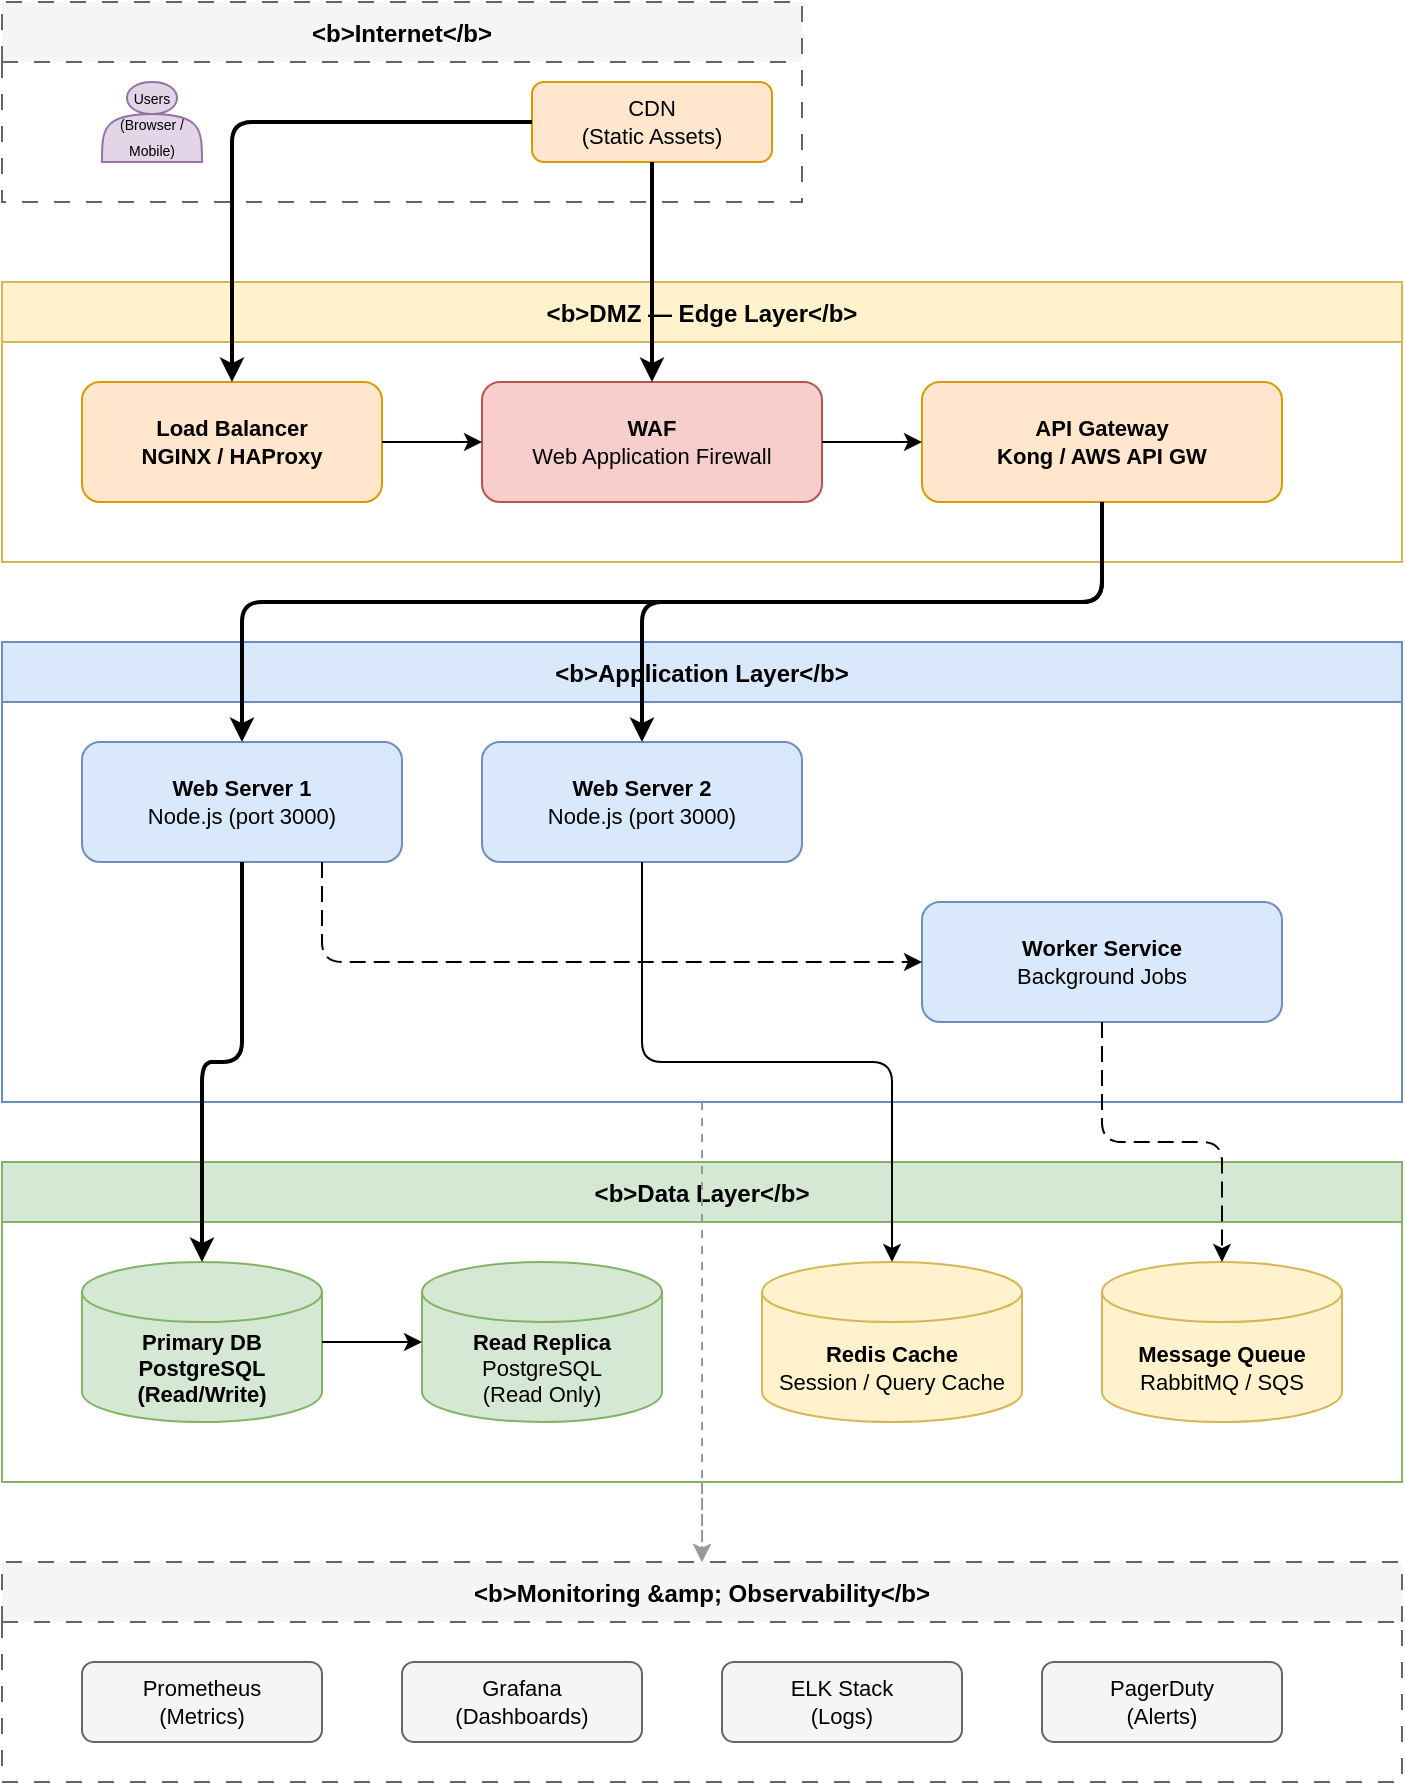
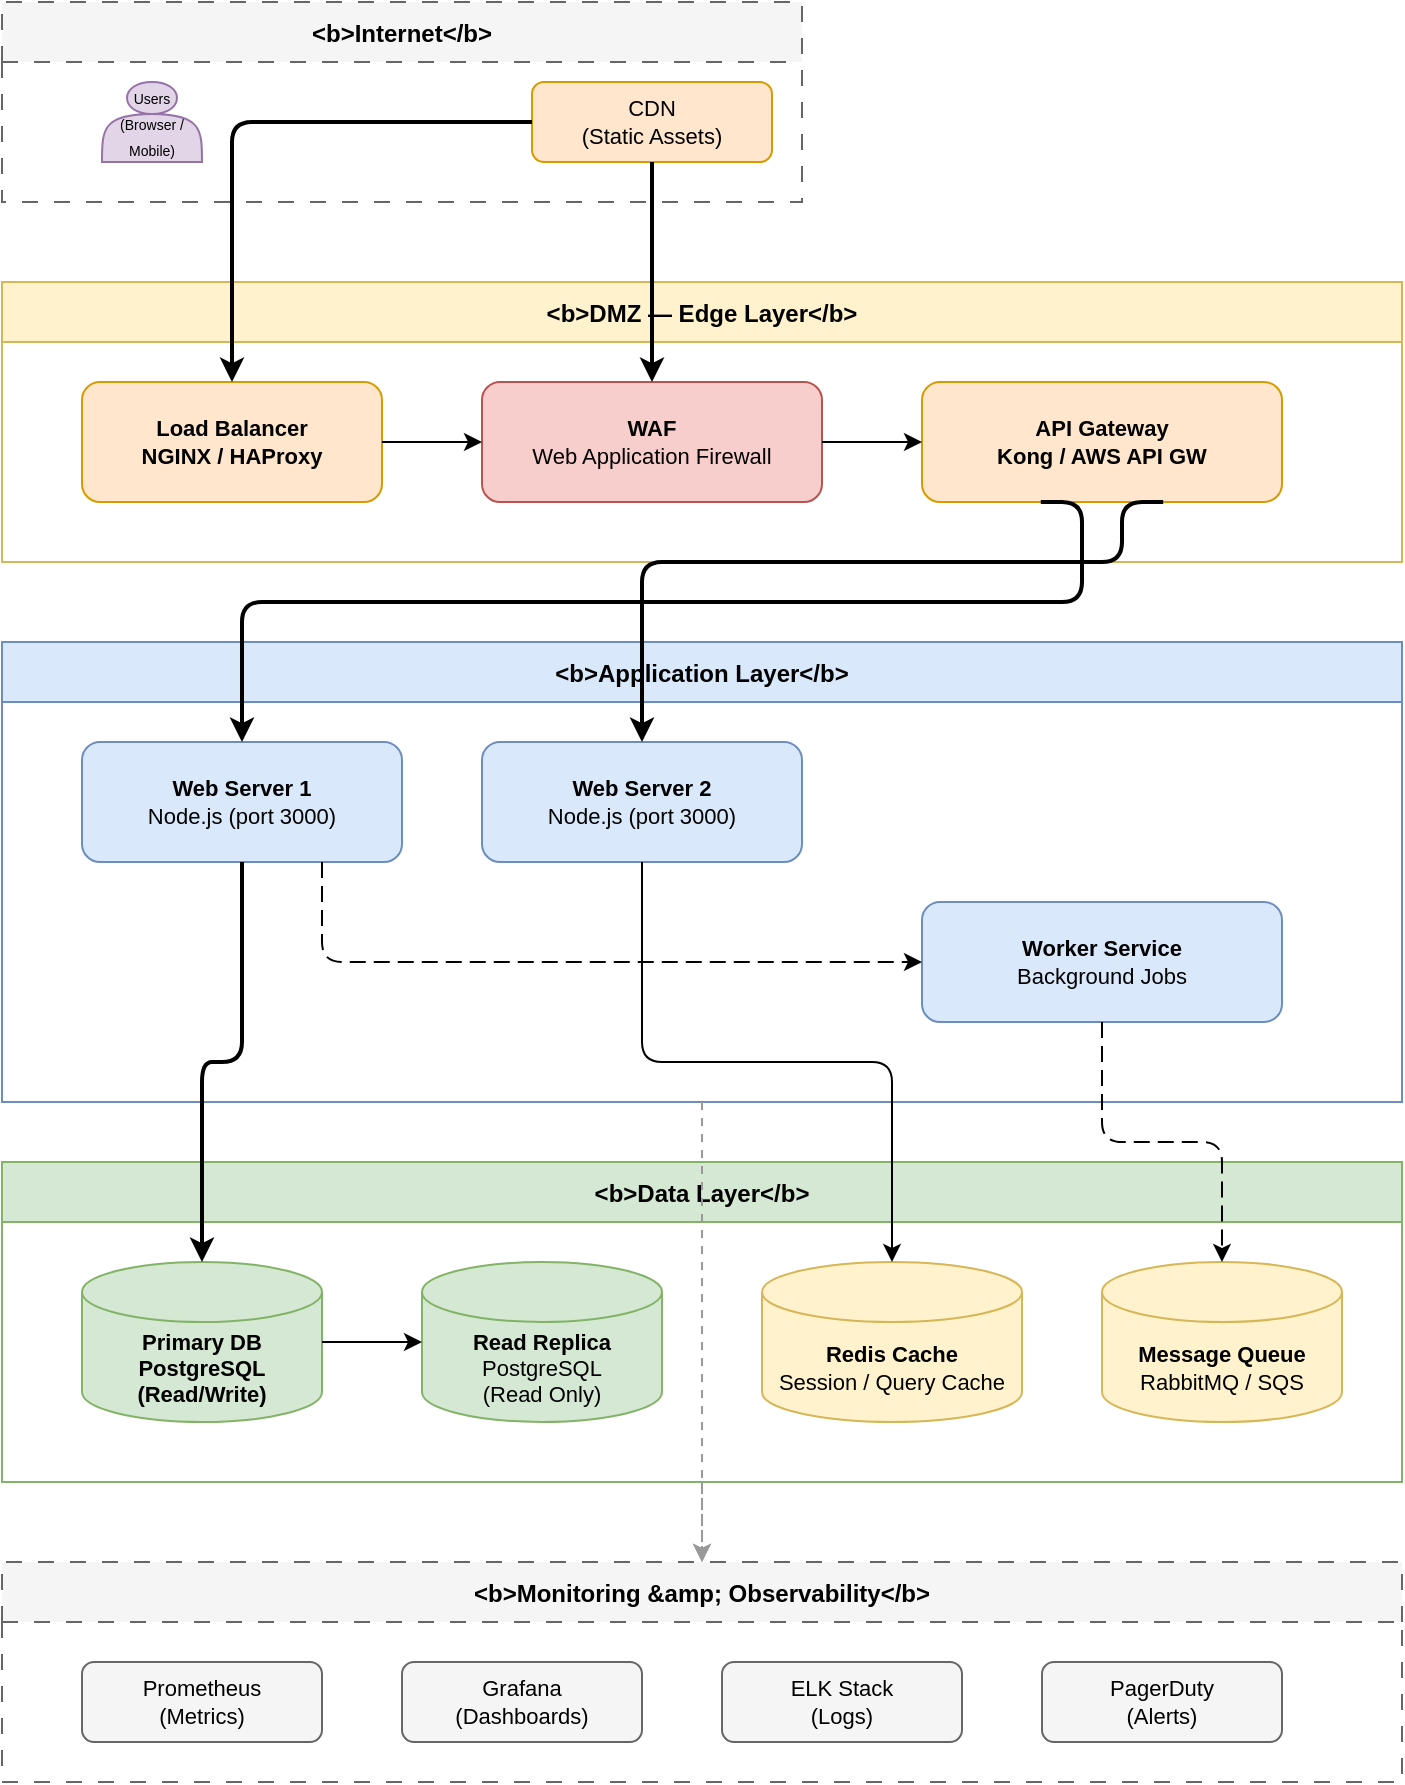
<mxfile host="Electron">
  <diagram name="Cloud Deployment" id="deploy-1">
    <mxGraphModel dx="1001" dy="602" grid="1" gridSize="10" guides="1" tooltips="1" connect="1" arrows="1" fold="1" page="1" pageScale="1" pageWidth="1600" pageHeight="1200" math="0" shadow="0">
      <root>
        <mxCell id="0" />
        <mxCell id="1" parent="0" />
        <mxCell id="2" parent="1" style="swimlane;startSize=30;fillColor=#f5f5f5;strokeColor=#666666;fontSize=12;fontStyle=1;dashed=1;dashPattern=8 8;" value="&lt;b&gt;Internet&lt;/b&gt;" vertex="1">
          <mxGeometry height="100" width="400" x="40" y="30" as="geometry" />
        </mxCell>
        <mxCell id="3" parent="2" style="shape=actor;whiteSpace=wrap;html=1;fillColor=#e1d5e7;strokeColor=#9673a6;fontSize=11;" value="&lt;font style=&quot;font-size: 7px;&quot;&gt;Users&lt;br&gt;(Browser / Mobile)&lt;/font&gt;" vertex="1">
          <mxGeometry height="40" width="50" x="50" y="40" as="geometry" />
        </mxCell>
        <mxCell id="4" parent="2" style="rounded=1;whiteSpace=wrap;html=1;fillColor=#ffe6cc;strokeColor=#d79b00;fontSize=11;" value="CDN&lt;br&gt;(Static Assets)" vertex="1">
          <mxGeometry height="40" width="120" x="265" y="40" as="geometry" />
        </mxCell>
        <mxCell id="10" parent="1" style="swimlane;startSize=30;fillColor=#fff2cc;strokeColor=#d6b656;fontSize=12;fontStyle=1;" value="&lt;b&gt;DMZ — Edge Layer&lt;/b&gt;" vertex="1">
          <mxGeometry height="140" width="700" x="40" y="170" as="geometry" />
        </mxCell>
        <mxCell id="11" parent="10" style="rounded=1;whiteSpace=wrap;html=1;fillColor=#ffe6cc;strokeColor=#d79b00;fontSize=11;fontStyle=1;" value="&lt;b&gt;Load Balancer&lt;/b&gt;&lt;br&gt;NGINX / HAProxy" vertex="1">
          <mxGeometry height="60" width="150" x="40" y="50" as="geometry" />
        </mxCell>
        <mxCell id="12" parent="10" style="rounded=1;whiteSpace=wrap;html=1;fillColor=#f8cecc;strokeColor=#b85450;fontSize=11;" value="&lt;b&gt;WAF&lt;/b&gt;&lt;br&gt;Web Application Firewall" vertex="1">
          <mxGeometry height="60" width="170" x="240" y="50" as="geometry" />
        </mxCell>
        <mxCell id="13" parent="10" style="rounded=1;whiteSpace=wrap;html=1;fillColor=#ffe6cc;strokeColor=#d79b00;fontSize=11;fontStyle=1;" value="&lt;b&gt;API Gateway&lt;/b&gt;&lt;br&gt;Kong / AWS API GW" vertex="1">
          <mxGeometry height="60" width="180" x="460" y="50" as="geometry" />
        </mxCell>
        <mxCell id="102" edge="1" parent="10" source="11" style="edgeStyle=orthogonalEdgeStyle;rounded=1;orthogonalLoop=1;jettySize=auto;html=1;endArrow=classic;endFill=1;" target="12">
          <mxGeometry relative="1" as="geometry" />
        </mxCell>
        <mxCell id="103" edge="1" parent="10" source="12" style="edgeStyle=orthogonalEdgeStyle;rounded=1;orthogonalLoop=1;jettySize=auto;html=1;endArrow=classic;endFill=1;" target="13">
          <mxGeometry relative="1" as="geometry" />
        </mxCell>
        <mxCell id="20" parent="1" style="swimlane;startSize=30;fillColor=#dae8fc;strokeColor=#6c8ebf;fontSize=12;fontStyle=1;" value="&lt;b&gt;Application Layer&lt;/b&gt;" vertex="1">
          <mxGeometry height="230" width="700" x="40" y="350" as="geometry" />
        </mxCell>
        <mxCell id="21" parent="20" style="rounded=1;whiteSpace=wrap;html=1;fillColor=#dae8fc;strokeColor=#6c8ebf;fontSize=11;" value="&lt;b&gt;Web Server 1&lt;/b&gt;&lt;br&gt;Node.js (port 3000)" vertex="1">
          <mxGeometry height="60" width="160" x="40" y="50" as="geometry" />
        </mxCell>
        <mxCell id="22" parent="20" style="rounded=1;whiteSpace=wrap;html=1;fillColor=#dae8fc;strokeColor=#6c8ebf;fontSize=11;" value="&lt;b&gt;Web Server 2&lt;/b&gt;&lt;br&gt;Node.js (port 3000)" vertex="1">
          <mxGeometry height="60" width="160" x="240" y="50" as="geometry" />
        </mxCell>
        <mxCell id="23" parent="20" style="rounded=1;whiteSpace=wrap;html=1;fillColor=#dae8fc;strokeColor=#6c8ebf;fontSize=11;" value="&lt;b&gt;Worker Service&lt;/b&gt;&lt;br&gt;Background Jobs" vertex="1">
          <mxGeometry height="60" width="180" x="460" y="130" as="geometry" />
        </mxCell>
        <mxCell id="106" edge="1" parent="20" source="21" style="edgeStyle=orthogonalEdgeStyle;rounded=1;orthogonalLoop=1;jettySize=auto;html=1;endArrow=classic;endFill=1;dashed=1;dashPattern=8 4;exitX=0.75;exitY=1;exitDx=0;exitDy=0;" target="23">
          <mxGeometry relative="1" as="geometry">
            <Array as="points">
              <mxPoint x="160" y="160" />
            </Array>
            <mxPoint x="200" y="80" as="sourcePoint" />
          </mxGeometry>
        </mxCell>
        <mxCell id="30" parent="1" style="swimlane;startSize=30;fillColor=#d5e8d4;strokeColor=#82b366;fontSize=12;fontStyle=1;" value="&lt;b&gt;Data Layer&lt;/b&gt;" vertex="1">
          <mxGeometry height="160" width="700" x="40" y="610" as="geometry" />
        </mxCell>
        <mxCell id="31" parent="30" style="shape=cylinder3;whiteSpace=wrap;html=1;boundedLbl=1;backgroundOutline=1;size=15;fillColor=#d5e8d4;strokeColor=#82b366;fontSize=11;fontStyle=1;" value="&lt;b&gt;Primary DB&lt;/b&gt;&lt;br&gt;PostgreSQL&lt;br&gt;(Read/Write)" vertex="1">
          <mxGeometry height="80" width="120" x="40" y="50" as="geometry" />
        </mxCell>
        <mxCell id="32" parent="30" style="shape=cylinder3;whiteSpace=wrap;html=1;boundedLbl=1;backgroundOutline=1;size=15;fillColor=#d5e8d4;strokeColor=#82b366;fontSize=11;" value="&lt;b&gt;Read Replica&lt;/b&gt;&lt;br&gt;PostgreSQL&lt;br&gt;(Read Only)" vertex="1">
          <mxGeometry height="80" width="120" x="210" y="50" as="geometry" />
        </mxCell>
        <mxCell id="33" parent="30" style="shape=cylinder3;whiteSpace=wrap;html=1;boundedLbl=1;backgroundOutline=1;size=15;fillColor=#fff2cc;strokeColor=#d6b656;fontSize=11;" value="&lt;b&gt;Redis Cache&lt;/b&gt;&lt;br&gt;Session / Query Cache" vertex="1">
          <mxGeometry height="80" width="130" x="380" y="50" as="geometry" />
        </mxCell>
        <mxCell id="34" parent="30" style="shape=cylinder3;whiteSpace=wrap;html=1;boundedLbl=1;backgroundOutline=1;size=15;fillColor=#fff2cc;strokeColor=#d6b656;fontSize=11;" value="&lt;b&gt;Message Queue&lt;/b&gt;&lt;br&gt;RabbitMQ / SQS" vertex="1">
          <mxGeometry height="80" width="120" x="550" y="50" as="geometry" />
        </mxCell>
        <mxCell id="110" edge="1" parent="30" source="31" style="edgeStyle=orthogonalEdgeStyle;rounded=1;orthogonalLoop=1;jettySize=auto;html=1;endArrow=classic;endFill=1;fontSize=9;fontColor=#666666;" target="32">
          <mxGeometry relative="1" as="geometry" />
        </mxCell>
        <mxCell id="40" parent="1" style="swimlane;startSize=30;fillColor=#f5f5f5;strokeColor=#666666;fontSize=12;fontStyle=1;dashed=1;dashPattern=8 8;" value="&lt;b&gt;Monitoring &amp;amp; Observability&lt;/b&gt;" vertex="1">
          <mxGeometry height="110" width="700" x="40" y="810" as="geometry" />
        </mxCell>
        <mxCell id="41" parent="40" style="rounded=1;whiteSpace=wrap;html=1;fillColor=#f5f5f5;strokeColor=#666666;fontSize=11;" value="Prometheus&lt;br&gt;(Metrics)" vertex="1">
          <mxGeometry height="40" width="120" x="40" y="50" as="geometry" />
        </mxCell>
        <mxCell id="42" parent="40" style="rounded=1;whiteSpace=wrap;html=1;fillColor=#f5f5f5;strokeColor=#666666;fontSize=11;" value="Grafana&lt;br&gt;(Dashboards)" vertex="1">
          <mxGeometry height="40" width="120" x="200" y="50" as="geometry" />
        </mxCell>
        <mxCell id="43" parent="40" style="rounded=1;whiteSpace=wrap;html=1;fillColor=#f5f5f5;strokeColor=#666666;fontSize=11;" value="ELK Stack&lt;br&gt;(Logs)" vertex="1">
          <mxGeometry height="40" width="120" x="360" y="50" as="geometry" />
        </mxCell>
        <mxCell id="44" parent="40" style="rounded=1;whiteSpace=wrap;html=1;fillColor=#f5f5f5;strokeColor=#666666;fontSize=11;" value="PagerDuty&lt;br&gt;(Alerts)" vertex="1">
          <mxGeometry height="40" width="120" x="520" y="50" as="geometry" />
        </mxCell>
        <mxCell id="100" edge="1" parent="1" source="4" style="edgeStyle=orthogonalEdgeStyle;rounded=1;orthogonalLoop=1;jettySize=auto;html=1;endArrow=classic;endFill=1;strokeWidth=2;" target="11">
          <mxGeometry relative="1" as="geometry" />
        </mxCell>
        <mxCell id="101" edge="1" parent="1" source="4" style="edgeStyle=orthogonalEdgeStyle;rounded=1;orthogonalLoop=1;jettySize=auto;html=1;endArrow=classic;endFill=1;strokeWidth=2;" target="12">
          <mxGeometry relative="1" as="geometry" />
        </mxCell>
-         <mxCell id="104" edge="1" parent="1" source="13" style="edgeStyle=orthogonalEdgeStyle;rounded=1;orthogonalLoop=1;jettySize=auto;html=1;endArrow=classic;endFill=1;strokeWidth=2;exitX=0.5;exitY=1;exitDx=0;exitDy=0;" target="21">
+         <mxCell id="104" edge="1" parent="1" source="13" style="edgeStyle=orthogonalEdgeStyle;rounded=1;orthogonalLoop=1;jettySize=auto;html=1;endArrow=classic;endFill=1;strokeWidth=2;exitX=0.33;exitY=1;exitDx=0;exitDy=0;" target="21">
          <mxGeometry relative="1" as="geometry">
            <Array as="points">
-               <mxPoint x="590" y="330" />
+               <mxPoint x="580" y="330" />
              <mxPoint x="160" y="330" />
            </Array>
          </mxGeometry>
        </mxCell>
-         <mxCell id="105" edge="1" parent="1" source="13" style="edgeStyle=orthogonalEdgeStyle;rounded=1;orthogonalLoop=1;jettySize=auto;html=1;endArrow=classic;endFill=1;strokeWidth=2;exitX=0.5;exitY=1;exitDx=0;exitDy=0;" target="22">
+         <mxCell id="105" edge="1" parent="1" source="13" style="edgeStyle=orthogonalEdgeStyle;rounded=1;orthogonalLoop=1;jettySize=auto;html=1;endArrow=classic;endFill=1;strokeWidth=2;exitX=0.67;exitY=1;exitDx=0;exitDy=0;" target="22">
          <mxGeometry relative="1" as="geometry">
            <Array as="points">
-               <mxPoint x="590" y="330" />
-               <mxPoint x="360" y="330" />
+               <mxPoint x="600" y="310" />
+               <mxPoint x="360" y="310" />
            </Array>
          </mxGeometry>
        </mxCell>
        <mxCell id="107" edge="1" parent="1" source="21" style="edgeStyle=orthogonalEdgeStyle;rounded=1;orthogonalLoop=1;jettySize=auto;html=1;endArrow=classic;endFill=1;strokeWidth=2;" target="31">
          <mxGeometry relative="1" as="geometry" />
        </mxCell>
        <mxCell id="108" edge="1" parent="1" source="22" style="edgeStyle=orthogonalEdgeStyle;rounded=1;orthogonalLoop=1;jettySize=auto;html=1;endArrow=classic;endFill=1;" target="33">
          <mxGeometry relative="1" as="geometry" />
        </mxCell>
        <mxCell id="109" edge="1" parent="1" source="23" style="edgeStyle=orthogonalEdgeStyle;rounded=1;orthogonalLoop=1;jettySize=auto;html=1;endArrow=classic;endFill=1;dashed=1;dashPattern=8 4;" target="34">
          <mxGeometry relative="1" as="geometry" />
        </mxCell>
        <mxCell id="120" edge="1" parent="1" source="20" style="edgeStyle=orthogonalEdgeStyle;rounded=1;orthogonalLoop=1;jettySize=auto;html=1;endArrow=classic;endFill=1;dashed=1;dashPattern=4 4;strokeColor=#999999;fontSize=9;fontColor=#999999;" target="40">
          <mxGeometry relative="1" as="geometry" />
        </mxCell>
        <mxCell id="121" edge="1" parent="1" source="30" style="edgeStyle=orthogonalEdgeStyle;rounded=1;orthogonalLoop=1;jettySize=auto;html=1;endArrow=classic;endFill=1;dashed=1;dashPattern=4 4;strokeColor=#999999;fontSize=9;fontColor=#999999;" target="40">
          <mxGeometry relative="1" as="geometry" />
        </mxCell>
      </root>
    </mxGraphModel>
  </diagram>
</mxfile>
